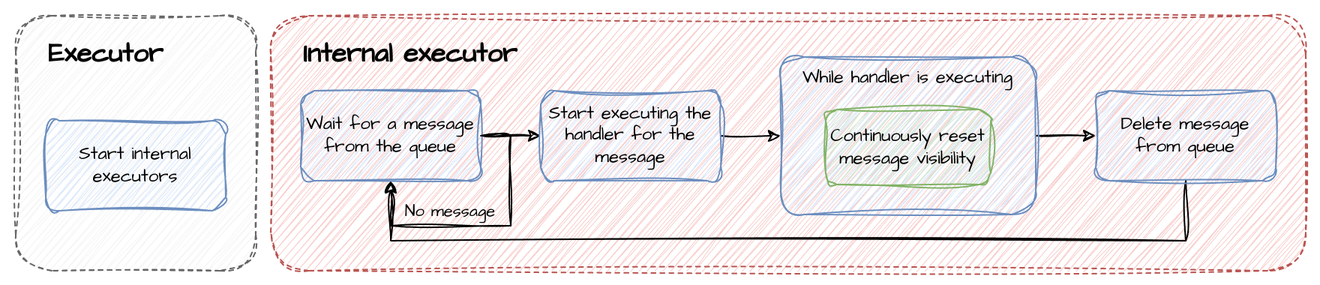
Above: docs/images/executor.png in GabrielSalla/sentinela (draw.io), before the change. Source tidied: cells renumbered, new cells last; positions are measured from the earlier drawing's top-left corner, leaving out a move shared by most shapes. The source it was exported from:
```xml
<mxGraphModel>
  <root>
    <mxCell id="0" />
    <mxCell id="1" parent="0" />
    <mxCell id="2" style="rounded=1;whiteSpace=wrap;html=1;dashed=1;strokeColor=none;sketch=1;curveFitting=1;jiggle=2;fontFamily=Architects Daughter;" parent="1" vertex="1">
      <mxGeometry width="880" height="190" as="geometry" />
    </mxCell>
    <mxCell id="3" value="&lt;div&gt;&lt;br&gt;&lt;/div&gt;" style="rounded=1;whiteSpace=wrap;html=1;fillColor=#f5f5f5;fontColor=#333333;strokeColor=#666666;dashed=1;sketch=1;curveFitting=1;jiggle=2;fontSize=15;fontFamily=Architects Daughter;" parent="1" vertex="1">
      <mxGeometry x="10" y="10" width="160" height="170" as="geometry" />
    </mxCell>
    <mxCell id="4" value="Executor" style="text;html=1;align=left;verticalAlign=middle;whiteSpace=wrap;rounded=0;fontFamily=Architects Daughter;fontSize=18;fontStyle=1;" parent="1" vertex="1">
      <mxGeometry x="30" y="20" width="100" height="30" as="geometry" />
    </mxCell>
    <mxCell id="5" value="Start internal executors" style="rounded=1;whiteSpace=wrap;html=1;fontSize=12;fillColor=#dae8fc;strokeColor=#6c8ebf;sketch=1;curveFitting=1;jiggle=2;fontFamily=Architects Daughter;" parent="1" vertex="1">
      <mxGeometry x="30" y="80" width="120" height="60" as="geometry" />
    </mxCell>
    <mxCell id="6" value="&lt;div&gt;&lt;br&gt;&lt;/div&gt;" style="rounded=1;whiteSpace=wrap;html=1;fillColor=#f8cecc;strokeColor=#b85450;dashed=1;sketch=1;curveFitting=1;jiggle=2;fontSize=15;fontFamily=Architects Daughter;" parent="1" vertex="1">
      <mxGeometry x="180" y="10" width="690" height="170" as="geometry" />
    </mxCell>
    <mxCell id="7" value="Internal executor" style="text;html=1;align=left;verticalAlign=middle;whiteSpace=wrap;rounded=0;fontFamily=Architects Daughter;fontSize=18;fontStyle=1;" parent="1" vertex="1">
      <mxGeometry x="200" y="20" width="160" height="30" as="geometry" />
    </mxCell>
    <mxCell id="8" style="edgeStyle=orthogonalEdgeStyle;rounded=0;sketch=1;hachureGap=4;jiggle=2;curveFitting=1;jettySize=auto;html=1;exitX=1;exitY=0.5;exitDx=0;exitDy=0;entryX=0;entryY=0.5;entryDx=0;entryDy=0;fontFamily=Architects Daughter;fontSource=https%3A%2F%2Ffonts.googleapis.com%2Fcss%3Ffamily%3DArchitects%2BDaughter;" parent="1" edge="1" source="9" target="11">
      <mxGeometry relative="1" as="geometry" />
    </mxCell>
    <mxCell id="9" value="Wait for a message from the queue" style="rounded=1;whiteSpace=wrap;html=1;fontSize=12;fillColor=#dae8fc;strokeColor=#6c8ebf;sketch=1;curveFitting=1;jiggle=2;fontFamily=Architects Daughter;" parent="1" vertex="1">
      <mxGeometry x="200" y="60" width="120" height="60" as="geometry" />
    </mxCell>
    <mxCell id="10" style="edgeStyle=orthogonalEdgeStyle;rounded=0;sketch=1;hachureGap=4;jiggle=2;curveFitting=1;jettySize=auto;html=1;exitX=1;exitY=0.5;exitDx=0;exitDy=0;entryX=0;entryY=0.5;entryDx=0;entryDy=0;fontFamily=Architects Daughter;fontSource=https%3A%2F%2Ffonts.googleapis.com%2Fcss%3Ffamily%3DArchitects%2BDaughter;" parent="1" edge="1" source="11" target="15">
      <mxGeometry relative="1" as="geometry" />
    </mxCell>
    <mxCell id="11" value="Start executing the handler for the message" style="rounded=1;whiteSpace=wrap;html=1;fontSize=12;fillColor=#dae8fc;strokeColor=#6c8ebf;sketch=1;curveFitting=1;jiggle=2;fontFamily=Architects Daughter;" parent="1" vertex="1">
      <mxGeometry x="360" y="60" width="120" height="60" as="geometry" />
    </mxCell>
    <mxCell id="12" style="edgeStyle=orthogonalEdgeStyle;rounded=0;sketch=1;hachureGap=4;jiggle=2;curveFitting=1;orthogonalLoop=1;jettySize=auto;html=1;exitX=1;exitY=0.5;exitDx=0;exitDy=0;fontFamily=Architects Daughter;fontSource=https%3A%2F%2Ffonts.googleapis.com%2Fcss%3Ffamily%3DArchitects%2BDaughter;" parent="1" edge="1" source="9" target="9">
      <mxGeometry relative="1" as="geometry">
        <Array as="points">
          <mxPoint x="340" y="90" />
          <mxPoint x="340" y="150" />
          <mxPoint x="260" y="150" />
        </Array>
      </mxGeometry>
    </mxCell>
    <mxCell id="13" value="No message" style="text;html=1;align=center;verticalAlign=middle;whiteSpace=wrap;rounded=0;fontFamily=Architects Daughter;fontSource=https%3A%2F%2Ffonts.googleapis.com%2Fcss%3Ffamily%3DArchitects%2BDaughter;fontSize=11;" parent="1" vertex="1">
      <mxGeometry x="260" y="130" width="80" height="20" as="geometry" />
    </mxCell>
    <mxCell id="14" style="edgeStyle=orthogonalEdgeStyle;rounded=0;sketch=1;hachureGap=4;jiggle=2;curveFitting=1;jettySize=auto;html=1;exitX=1;exitY=0.5;exitDx=0;exitDy=0;entryX=0;entryY=0.5;entryDx=0;entryDy=0;fontFamily=Architects Daughter;fontSource=https%3A%2F%2Ffonts.googleapis.com%2Fcss%3Ffamily%3DArchitects%2BDaughter;" parent="1" edge="1" source="15" target="18">
      <mxGeometry relative="1" as="geometry" />
    </mxCell>
    <mxCell id="15" value="While handler is executing" style="rounded=1;whiteSpace=wrap;html=1;fontSize=12;fillColor=#dae8fc;strokeColor=#6c8ebf;sketch=1;curveFitting=1;jiggle=2;fontFamily=Architects Daughter;verticalAlign=top;" parent="1" vertex="1">
      <mxGeometry x="520" y="37.5" width="170" height="105" as="geometry" />
    </mxCell>
    <mxCell id="16" value="&lt;div style=&quot;font-size: 12px;&quot;&gt;Continuously reset message visibility&lt;/div&gt;" style="rounded=1;whiteSpace=wrap;html=1;sketch=1;hachureGap=4;jiggle=2;curveFitting=1;fontFamily=Architects Daughter;fontSource=https%3A%2F%2Ffonts.googleapis.com%2Fcss%3Ffamily%3DArchitects%2BDaughter;fontSize=12;fillColor=#d5e8d4;strokeColor=#82b366;" parent="1" vertex="1">
      <mxGeometry x="550" y="72.5" width="110" height="50" as="geometry" />
    </mxCell>
    <mxCell id="17" style="edgeStyle=orthogonalEdgeStyle;rounded=0;sketch=1;hachureGap=4;jiggle=2;curveFitting=1;jettySize=auto;html=1;exitX=0.5;exitY=1;exitDx=0;exitDy=0;entryX=0.5;entryY=1;entryDx=0;entryDy=0;fontFamily=Architects Daughter;fontSource=https%3A%2F%2Ffonts.googleapis.com%2Fcss%3Ffamily%3DArchitects%2BDaughter;" parent="1" edge="1" source="18" target="9">
      <mxGeometry relative="1" as="geometry">
        <Array as="points">
          <mxPoint x="790" y="160" />
          <mxPoint x="260" y="160" />
        </Array>
      </mxGeometry>
    </mxCell>
    <mxCell id="18" value="Delete message from queue" style="rounded=1;whiteSpace=wrap;html=1;fontSize=12;fillColor=#dae8fc;strokeColor=#6c8ebf;sketch=1;curveFitting=1;jiggle=2;fontFamily=Architects Daughter;" parent="1" vertex="1">
      <mxGeometry x="730" y="60" width="120" height="60" as="geometry" />
    </mxCell>
  </root>
</mxGraphModel>
```
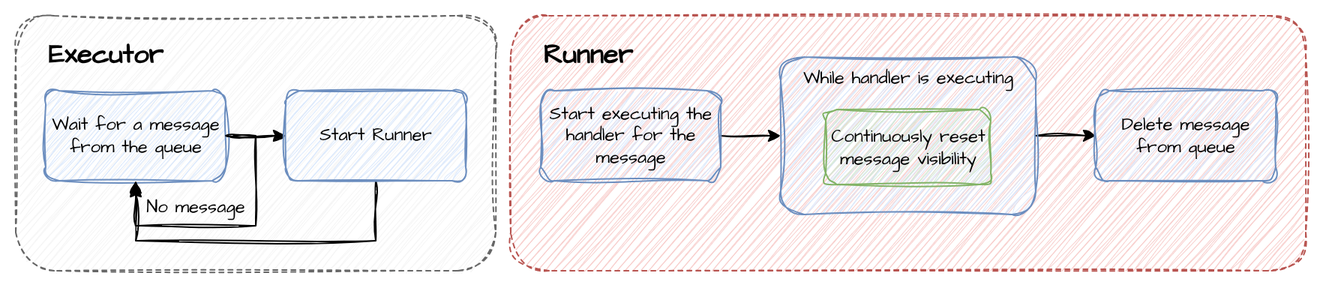
The same file after the commit.

Commit message:
update controller and executor diagrams

Diff of the diagram source:
```diff
@@ -3,66 +3,66 @@
     <mxCell id="0" />
     <mxCell id="1" parent="0" />
     <mxCell id="2" style="rounded=1;whiteSpace=wrap;html=1;dashed=1;strokeColor=none;sketch=1;curveFitting=1;jiggle=2;fontFamily=Architects Daughter;" parent="1" vertex="1">
-      <mxGeometry width="880" height="190" as="geometry" />
+      <mxGeometry x="10" y="30" width="880" height="190" as="geometry" />
     </mxCell>
     <mxCell id="3" value="&lt;div&gt;&lt;br&gt;&lt;/div&gt;" style="rounded=1;whiteSpace=wrap;html=1;fillColor=#f5f5f5;fontColor=#333333;strokeColor=#666666;dashed=1;sketch=1;curveFitting=1;jiggle=2;fontSize=15;fontFamily=Architects Daughter;" parent="1" vertex="1">
-      <mxGeometry x="10" y="10" width="160" height="170" as="geometry" />
+      <mxGeometry x="20" y="40" width="320" height="170" as="geometry" />
     </mxCell>
-    <mxCell id="4" value="Executor" style="text;html=1;align=left;verticalAlign=middle;whiteSpace=wrap;rounded=0;fontFamily=Architects Daughter;fontSize=18;fontStyle=1;" parent="1" vertex="1">
-      <mxGeometry x="30" y="20" width="100" height="30" as="geometry" />
+    <mxCell id="4" value="Executor" style="text;html=1;align=left;verticalAlign=middle;whiteSpace=wrap;rounded=0;fontFamily=Architects Daughter;fontSize=18;fontStyle=1;sketch=1;curveFitting=1;jiggle=2;" parent="1" vertex="1">
+      <mxGeometry x="40" y="50" width="100" height="30" as="geometry" />
     </mxCell>
-    <mxCell id="5" value="Start internal executors" style="rounded=1;whiteSpace=wrap;html=1;fontSize=12;fillColor=#dae8fc;strokeColor=#6c8ebf;sketch=1;curveFitting=1;jiggle=2;fontFamily=Architects Daughter;" parent="1" vertex="1">
-      <mxGeometry x="30" y="80" width="120" height="60" as="geometry" />
+    <mxCell id="5" style="edgeStyle=orthogonalEdgeStyle;rounded=0;jettySize=auto;html=1;exitX=1;exitY=0.5;exitDx=0;exitDy=0;entryX=0;entryY=0.5;entryDx=0;entryDy=0;sketch=1;curveFitting=1;jiggle=2;" parent="1" edge="1" source="6" target="16">
+      <mxGeometry relative="1" as="geometry" />
     </mxCell>
-    <mxCell id="6" value="&lt;div&gt;&lt;br&gt;&lt;/div&gt;" style="rounded=1;whiteSpace=wrap;html=1;fillColor=#f8cecc;strokeColor=#b85450;dashed=1;sketch=1;curveFitting=1;jiggle=2;fontSize=15;fontFamily=Architects Daughter;" parent="1" vertex="1">
-      <mxGeometry x="180" y="10" width="690" height="170" as="geometry" />
+    <mxCell id="6" value="Wait for a message from the queue" style="rounded=1;whiteSpace=wrap;html=1;fontSize=12;fillColor=#dae8fc;strokeColor=#6c8ebf;sketch=1;curveFitting=1;jiggle=2;fontFamily=Architects Daughter;" parent="1" vertex="1">
+      <mxGeometry x="40" y="90" width="120" height="60" as="geometry" />
     </mxCell>
-    <mxCell id="7" value="Internal executor" style="text;html=1;align=left;verticalAlign=middle;whiteSpace=wrap;rounded=0;fontFamily=Architects Daughter;fontSize=18;fontStyle=1;" parent="1" vertex="1">
-      <mxGeometry x="200" y="20" width="160" height="30" as="geometry" />
+    <mxCell id="7" value="&lt;div&gt;&lt;br&gt;&lt;/div&gt;" style="rounded=1;whiteSpace=wrap;html=1;fillColor=#f8cecc;strokeColor=#b85450;dashed=1;sketch=1;curveFitting=1;jiggle=2;fontSize=15;fontFamily=Architects Daughter;" parent="1" vertex="1">
+      <mxGeometry x="350" y="40" width="530" height="170" as="geometry" />
     </mxCell>
-    <mxCell id="8" style="edgeStyle=orthogonalEdgeStyle;rounded=0;sketch=1;hachureGap=4;jiggle=2;curveFitting=1;jettySize=auto;html=1;exitX=1;exitY=0.5;exitDx=0;exitDy=0;entryX=0;entryY=0.5;entryDx=0;entryDy=0;fontFamily=Architects Daughter;fontSource=https%3A%2F%2Ffonts.googleapis.com%2Fcss%3Ffamily%3DArchitects%2BDaughter;" parent="1" edge="1" source="9" target="11">
-      <mxGeometry relative="1" as="geometry" />
+    <mxCell id="8" value="Runner" style="text;html=1;align=left;verticalAlign=middle;whiteSpace=wrap;rounded=0;fontFamily=Architects Daughter;fontSize=18;fontStyle=1;sketch=1;curveFitting=1;jiggle=2;" parent="1" vertex="1">
+      <mxGeometry x="370" y="50" width="160" height="30" as="geometry" />
     </mxCell>
-    <mxCell id="9" value="Wait for a message from the queue" style="rounded=1;whiteSpace=wrap;html=1;fontSize=12;fillColor=#dae8fc;strokeColor=#6c8ebf;sketch=1;curveFitting=1;jiggle=2;fontFamily=Architects Daughter;" parent="1" vertex="1">
-      <mxGeometry x="200" y="60" width="120" height="60" as="geometry" />
+    <mxCell id="9" style="edgeStyle=orthogonalEdgeStyle;rounded=0;sketch=1;hachureGap=4;jiggle=2;curveFitting=1;jettySize=auto;html=1;exitX=1;exitY=0.5;exitDx=0;exitDy=0;entryX=0;entryY=0.5;entryDx=0;entryDy=0;fontFamily=Architects Daughter;fontSource=https%3A%2F%2Ffonts.googleapis.com%2Fcss%3Ffamily%3DArchitects%2BDaughter;" parent="1" edge="1" source="10" target="12">
+      <mxGeometry relative="1" as="geometry" />
     </mxCell>
-    <mxCell id="10" style="edgeStyle=orthogonalEdgeStyle;rounded=0;sketch=1;hachureGap=4;jiggle=2;curveFitting=1;jettySize=auto;html=1;exitX=1;exitY=0.5;exitDx=0;exitDy=0;entryX=0;entryY=0.5;entryDx=0;entryDy=0;fontFamily=Architects Daughter;fontSource=https%3A%2F%2Ffonts.googleapis.com%2Fcss%3Ffamily%3DArchitects%2BDaughter;" parent="1" edge="1" source="11" target="15">
-      <mxGeometry relative="1" as="geometry" />
+    <mxCell id="10" value="Start executing the handler for the message" style="rounded=1;whiteSpace=wrap;html=1;fontSize=12;fillColor=#dae8fc;strokeColor=#6c8ebf;sketch=1;curveFitting=1;jiggle=2;fontFamily=Architects Daughter;" parent="1" vertex="1">
+      <mxGeometry x="370" y="90" width="120" height="60" as="geometry" />
     </mxCell>
-    <mxCell id="11" value="Start executing the handler for the message" style="rounded=1;whiteSpace=wrap;html=1;fontSize=12;fillColor=#dae8fc;strokeColor=#6c8ebf;sketch=1;curveFitting=1;jiggle=2;fontFamily=Architects Daughter;" parent="1" vertex="1">
-      <mxGeometry x="360" y="60" width="120" height="60" as="geometry" />
+    <mxCell id="11" style="edgeStyle=orthogonalEdgeStyle;rounded=0;sketch=1;hachureGap=4;jiggle=2;curveFitting=1;jettySize=auto;html=1;exitX=1;exitY=0.5;exitDx=0;exitDy=0;entryX=0;entryY=0.5;entryDx=0;entryDy=0;fontFamily=Architects Daughter;fontSource=https%3A%2F%2Ffonts.googleapis.com%2Fcss%3Ffamily%3DArchitects%2BDaughter;" parent="1" edge="1" source="12" target="14">
+      <mxGeometry relative="1" as="geometry" />
     </mxCell>
-    <mxCell id="12" style="edgeStyle=orthogonalEdgeStyle;rounded=0;sketch=1;hachureGap=4;jiggle=2;curveFitting=1;orthogonalLoop=1;jettySize=auto;html=1;exitX=1;exitY=0.5;exitDx=0;exitDy=0;fontFamily=Architects Daughter;fontSource=https%3A%2F%2Ffonts.googleapis.com%2Fcss%3Ffamily%3DArchitects%2BDaughter;" parent="1" edge="1" source="9" target="9">
-      <mxGeometry relative="1" as="geometry">
-        <Array as="points">
-          <mxPoint x="340" y="90" />
-          <mxPoint x="340" y="150" />
-          <mxPoint x="260" y="150" />
-        </Array>
-      </mxGeometry>
+    <mxCell id="12" value="While handler is executing" style="rounded=1;whiteSpace=wrap;html=1;fontSize=12;fillColor=#dae8fc;strokeColor=#6c8ebf;sketch=1;curveFitting=1;jiggle=2;fontFamily=Architects Daughter;verticalAlign=top;" parent="1" vertex="1">
+      <mxGeometry x="530" y="67.5" width="170" height="105" as="geometry" />
     </mxCell>
-    <mxCell id="13" value="No message" style="text;html=1;align=center;verticalAlign=middle;whiteSpace=wrap;rounded=0;fontFamily=Architects Daughter;fontSource=https%3A%2F%2Ffonts.googleapis.com%2Fcss%3Ffamily%3DArchitects%2BDaughter;fontSize=11;" parent="1" vertex="1">
-      <mxGeometry x="260" y="130" width="80" height="20" as="geometry" />
+    <mxCell id="13" value="&lt;div style=&quot;font-size: 12px;&quot;&gt;Continuously reset message visibility&lt;/div&gt;" style="rounded=1;whiteSpace=wrap;html=1;sketch=1;hachureGap=4;jiggle=2;curveFitting=1;fontFamily=Architects Daughter;fontSource=https%3A%2F%2Ffonts.googleapis.com%2Fcss%3Ffamily%3DArchitects%2BDaughter;fontSize=12;fillColor=#d5e8d4;strokeColor=#82b366;" parent="1" vertex="1">
+      <mxGeometry x="560" y="102.5" width="110" height="50" as="geometry" />
     </mxCell>
-    <mxCell id="14" style="edgeStyle=orthogonalEdgeStyle;rounded=0;sketch=1;hachureGap=4;jiggle=2;curveFitting=1;jettySize=auto;html=1;exitX=1;exitY=0.5;exitDx=0;exitDy=0;entryX=0;entryY=0.5;entryDx=0;entryDy=0;fontFamily=Architects Daughter;fontSource=https%3A%2F%2Ffonts.googleapis.com%2Fcss%3Ffamily%3DArchitects%2BDaughter;" parent="1" edge="1" source="15" target="18">
-      <mxGeometry relative="1" as="geometry" />
+    <mxCell id="14" value="Delete message from queue" style="rounded=1;whiteSpace=wrap;html=1;fontSize=12;fillColor=#dae8fc;strokeColor=#6c8ebf;sketch=1;curveFitting=1;jiggle=2;fontFamily=Architects Daughter;" parent="1" vertex="1">
+      <mxGeometry x="740" y="90" width="120" height="60" as="geometry" />
     </mxCell>
-    <mxCell id="15" value="While handler is executing" style="rounded=1;whiteSpace=wrap;html=1;fontSize=12;fillColor=#dae8fc;strokeColor=#6c8ebf;sketch=1;curveFitting=1;jiggle=2;fontFamily=Architects Daughter;verticalAlign=top;" parent="1" vertex="1">
-      <mxGeometry x="520" y="37.5" width="170" height="105" as="geometry" />
+    <mxCell id="15" style="edgeStyle=orthogonalEdgeStyle;rounded=0;sketch=1;hachureGap=4;jiggle=2;curveFitting=1;jettySize=auto;html=1;exitX=0.5;exitY=1;exitDx=0;exitDy=0;entryX=0;entryY=0;entryDx=0;entryDy=0;fontFamily=Architects Daughter;fontSource=https%3A%2F%2Ffonts.googleapis.com%2Fcss%3Ffamily%3DArchitects%2BDaughter;" parent="1" edge="1" source="16" target="18">
+      <mxGeometry relative="1" as="geometry">
+        <Array as="points">
+          <mxPoint x="260" y="190" />
+          <mxPoint x="100" y="190" />
+        </Array>
+      </mxGeometry>
     </mxCell>
-    <mxCell id="16" value="&lt;div style=&quot;font-size: 12px;&quot;&gt;Continuously reset message visibility&lt;/div&gt;" style="rounded=1;whiteSpace=wrap;html=1;sketch=1;hachureGap=4;jiggle=2;curveFitting=1;fontFamily=Architects Daughter;fontSource=https%3A%2F%2Ffonts.googleapis.com%2Fcss%3Ffamily%3DArchitects%2BDaughter;fontSize=12;fillColor=#d5e8d4;strokeColor=#82b366;" parent="1" vertex="1">
-      <mxGeometry x="550" y="72.5" width="110" height="50" as="geometry" />
+    <mxCell id="16" value="Start Runner" style="rounded=1;whiteSpace=wrap;html=1;fontSize=12;fillColor=#dae8fc;strokeColor=#6c8ebf;sketch=1;curveFitting=1;jiggle=2;fontFamily=Architects Daughter;" parent="1" vertex="1">
+      <mxGeometry x="200" y="90" width="120" height="60" as="geometry" />
     </mxCell>
-    <mxCell id="17" style="edgeStyle=orthogonalEdgeStyle;rounded=0;sketch=1;hachureGap=4;jiggle=2;curveFitting=1;jettySize=auto;html=1;exitX=0.5;exitY=1;exitDx=0;exitDy=0;entryX=0.5;entryY=1;entryDx=0;entryDy=0;fontFamily=Architects Daughter;fontSource=https%3A%2F%2Ffonts.googleapis.com%2Fcss%3Ffamily%3DArchitects%2BDaughter;" parent="1" edge="1" source="18" target="9">
+    <mxCell id="17" style="edgeStyle=orthogonalEdgeStyle;rounded=0;orthogonalLoop=1;jettySize=auto;html=1;exitX=1;exitY=0.5;exitDx=0;exitDy=0;entryX=0.5;entryY=1;entryDx=0;entryDy=0;sketch=1;curveFitting=1;jiggle=2;" parent="1" edge="1" source="6" target="6">
       <mxGeometry relative="1" as="geometry">
         <Array as="points">
-          <mxPoint x="790" y="160" />
-          <mxPoint x="260" y="160" />
+          <mxPoint x="180" y="120" />
+          <mxPoint x="180" y="180" />
+          <mxPoint x="100" y="180" />
         </Array>
       </mxGeometry>
     </mxCell>
-    <mxCell id="18" value="Delete message from queue" style="rounded=1;whiteSpace=wrap;html=1;fontSize=12;fillColor=#dae8fc;strokeColor=#6c8ebf;sketch=1;curveFitting=1;jiggle=2;fontFamily=Architects Daughter;" parent="1" vertex="1">
-      <mxGeometry x="730" y="60" width="120" height="60" as="geometry" />
+    <mxCell id="18" value="No message" style="text;html=1;align=center;verticalAlign=middle;whiteSpace=wrap;rounded=0;fontFamily=Architects Daughter;fontSource=https%3A%2F%2Ffonts.googleapis.com%2Fcss%3Ffamily%3DArchitects%2BDaughter;" parent="1" vertex="1">
+      <mxGeometry x="100" y="152.5" width="80" height="30" as="geometry" />
     </mxCell>
   </root>
 </mxGraphModel>
```
